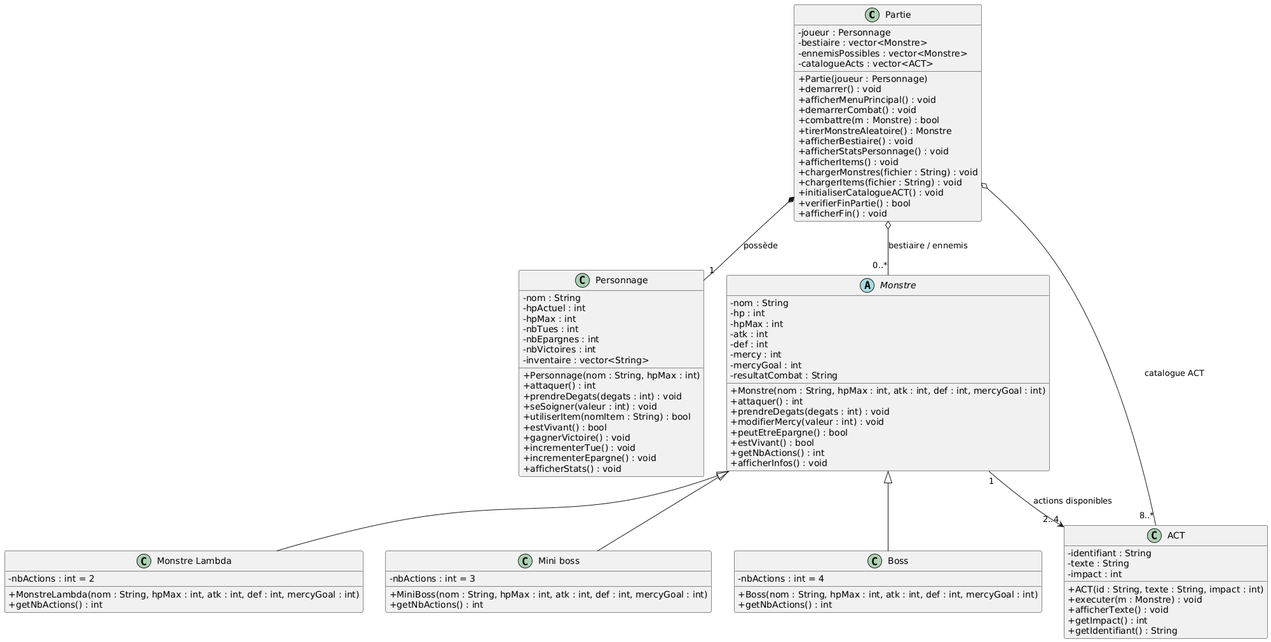
Matmouss/game_cpp keeps this PlantUML diagram as Doc_Additionels/uml.png. Above is the earlier version. Its diagram source:
```plantuml
@startuml
skinparam classAttributeIconSize 0

class Partie {
  -joueur : Personnage
  -bestiaire : vector<Monstre>
  -ennemisPossibles : vector<Monstre>
  -catalogueActs : vector<ACT>

  +Partie(joueur : Personnage)
  +demarrer() : void
  +afficherMenuPrincipal() : void
  +demarrerCombat() : void
  +combattre(m : Monstre) : bool
  +tirerMonstreAleatoire() : Monstre
  +afficherBestiaire() : void
  +afficherStatsPersonnage() : void
  +afficherItems() : void
  +chargerMonstres(fichier : String) : void
  +chargerItems(fichier : String) : void
  +initialiserCatalogueACT() : void
  +verifierFinPartie() : bool
  +afficherFin() : void
}

class Personnage {
  -nom : String
  -hpActuel : int
  -hpMax : int
  -nbTues : int
  -nbEpargnes : int
  -nbVictoires : int
  -inventaire : vector<String>

  +Personnage(nom : String, hpMax : int)
  +attaquer() : int
  +prendreDegats(degats : int) : void
  +seSoigner(valeur : int) : void
  +utiliserItem(nomItem : String) : bool
  +estVivant() : bool
  +gagnerVictoire() : void
  +incrementerTue() : void
  +incrementerEpargne() : void
  +afficherStats() : void
}

abstract class Monstre {
  -nom : String
  -hp : int
  -hpMax : int
  -atk : int
  -def : int
  -mercy : int
  -mercyGoal : int
  -resultatCombat : String

  +Monstre(nom : String, hpMax : int, atk : int, def : int, mercyGoal : int)
  +attaquer() : int
  +prendreDegats(degats : int) : void
  +modifierMercy(valeur : int) : void
  +peutEtreEpargne() : bool
  +estVivant() : bool
  +getNbActions() : int
  +afficherInfos() : void
}

class "Monstre Lambda" as MonstreLambda {
  -nbActions : int = 2

  +MonstreLambda(nom : String, hpMax : int, atk : int, def : int, mercyGoal : int)
  +getNbActions() : int
}

class "Mini boss" as MiniBoss {
  -nbActions : int = 3

  +MiniBoss(nom : String, hpMax : int, atk : int, def : int, mercyGoal : int)
  +getNbActions() : int
}

class Boss {
  -nbActions : int = 4

  +Boss(nom : String, hpMax : int, atk : int, def : int, mercyGoal : int)
  +getNbActions() : int
}

class ACT {
  -identifiant : String
  -texte : String
  -impact : int

  +ACT(id : String, texte : String, impact : int)
  +executer(m : Monstre) : void
  +afficherTexte() : void
  +getImpact() : int
  +getIdentifiant() : String
}

Monstre <|-- MonstreLambda
Monstre <|-- MiniBoss
Monstre <|-- Boss

Partie *-- "1" Personnage : possède
Partie o-- "0..*" Monstre : bestiaire / ennemis
Partie o-- "8..*" ACT : catalogue ACT
Monstre "1" --> "2..4" ACT : actions disponibles
@enduml
```
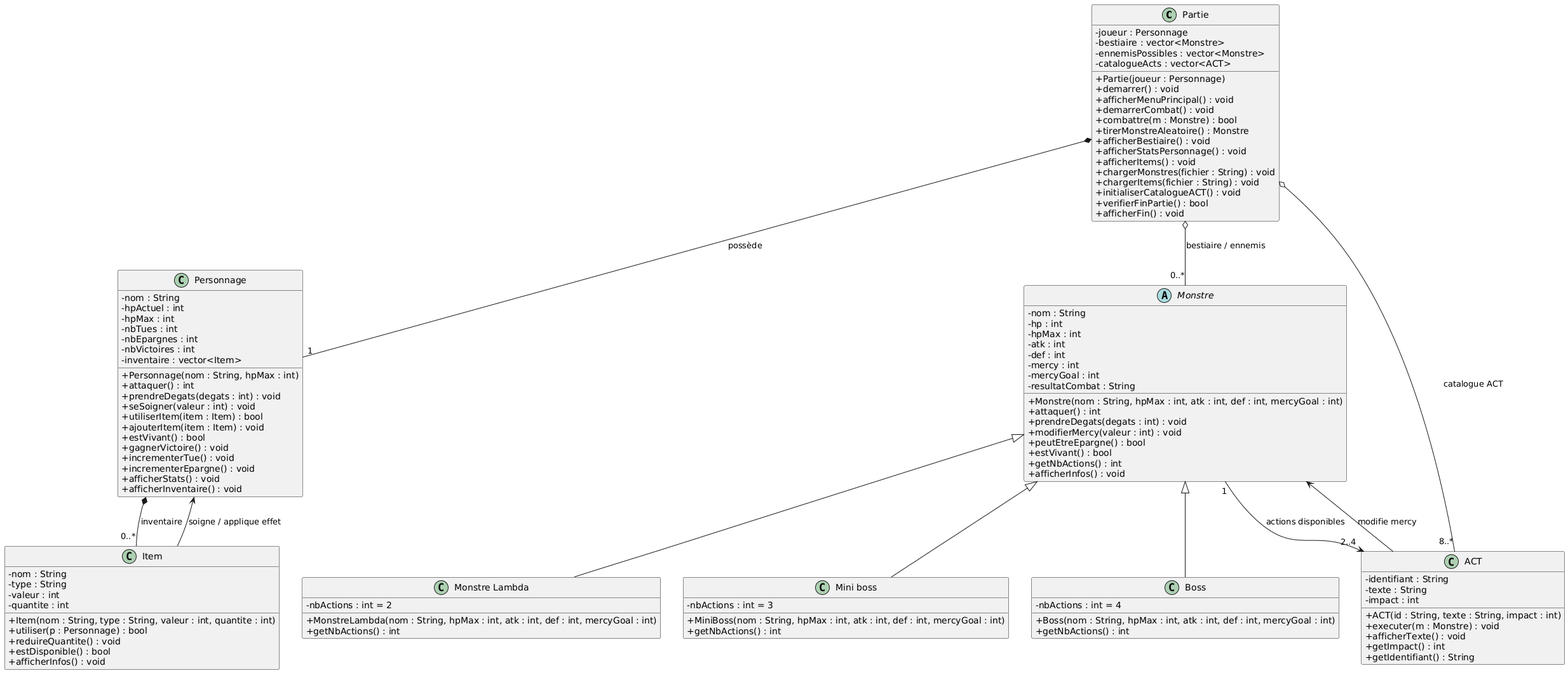
After the commit.

The edit, as a diff of the source:
```diff
@@ -30,18 +30,20 @@
   -nbTues : int
   -nbEpargnes : int
   -nbVictoires : int
-  -inventaire : vector<String>
+  -inventaire : vector<Item>
 
   +Personnage(nom : String, hpMax : int)
   +attaquer() : int
   +prendreDegats(degats : int) : void
   +seSoigner(valeur : int) : void
-  +utiliserItem(nomItem : String) : bool
+  +utiliserItem(item : Item) : bool
+  +ajouterItem(item : Item) : void
   +estVivant() : bool
   +gagnerVictoire() : void
   +incrementerTue() : void
   +incrementerEpargne() : void
   +afficherStats() : void
+  +afficherInventaire() : void
 }
 
 abstract class Monstre {
@@ -97,6 +99,19 @@
   +getIdentifiant() : String
 }
 
+class Item {
+  -nom : String
+  -type : String
+  -valeur : int
+  -quantite : int
+
+  +Item(nom : String, type : String, valeur : int, quantite : int)
+  +utiliser(p : Personnage) : bool
+  +reduireQuantite() : void
+  +estDisponible() : bool
+  +afficherInfos() : void
+}
+
 Monstre <|-- MonstreLambda
 Monstre <|-- MiniBoss
 Monstre <|-- Boss
@@ -104,5 +119,9 @@
 Partie *-- "1" Personnage : possède
 Partie o-- "0..*" Monstre : bestiaire / ennemis
 Partie o-- "8..*" ACT : catalogue ACT
+
+Personnage *-- "0..*" Item : inventaire
 Monstre "1" --> "2..4" ACT : actions disponibles
+ACT --> Monstre : modifie mercy
+Item --> Personnage : soigne / applique effet
 @enduml
```
